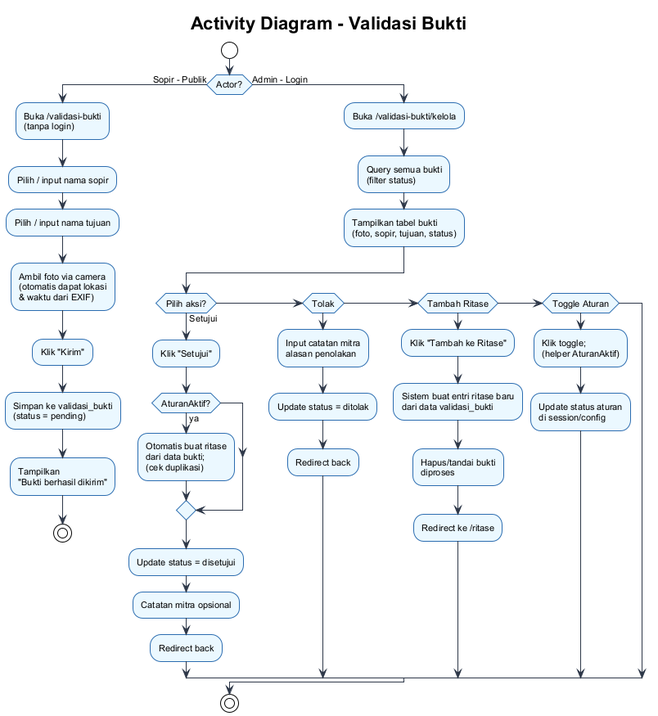
The PlantUML diagram docs/activity-diagram-validasi-bukti.png in riandafatur28/sidigas-gaji-sopir-truck, before a commit. The source it was exported from:
```plantuml
@startuml
!theme plain
skinparam backgroundColor #ffffff
skinparam defaultFontSize 11
skinparam defaultFontName Arial
skinparam activityBorderColor #2b6cb0
skinparam activityBackgroundColor #ebf8ff
skinparam arrowColor #2d3748

title **Activity Diagram - Validasi Bukti**

start
if (Actor?) then (Sopir - Publik)
  :Buka /validasi-bukti\n(tanpa login);
  :Pilih / input nama sopir;
  :Pilih / input nama tujuan;
  :Ambil foto via camera\n(otomatis dapat lokasi\n& waktu dari EXIF);
  :Klik "Kirim";
  :Simpan ke validasi_bukti\n(status = pending);
  :Tampilkan\n"Bukti berhasil dikirim";
  stop

else (Admin - Login)
  :Buka /validasi-bukti/kelola;
  :Query semua bukti\n(filter status);
  :Tampilkan tabel bukti\n(foto, sopir, tujuan, status);

  if (Pilih aksi?) then (Setujui)
    :Klik "Setujui";
    if (AturanAktif?) then (ya)
      :Otomatis buat ritase\ndari data bukti;\n(cek duplikasi);
    endif
    :Update status = disetujui;
    :Catatan mitra opsional;
    :Redirect back;

  elseif (Tolak) then
    :Input catatan mitra\nalasan penolakan;
    :Update status = ditolak;
    :Redirect back;

  elseif (Tambah Ritase) then
    :Klik "Tambah ke Ritase";
    :Sistem buat entri ritase baru\ndari data validasi_bukti;
    :Hapus/tandai bukti\ndiproses;
    :Redirect ke /ritase;

  elseif (Toggle Aturan) then
    :Klik toggle;\n(helper AturanAktif);
    :Update status aturan\ndi session/config;
  endif

endif
stop

@enduml
```
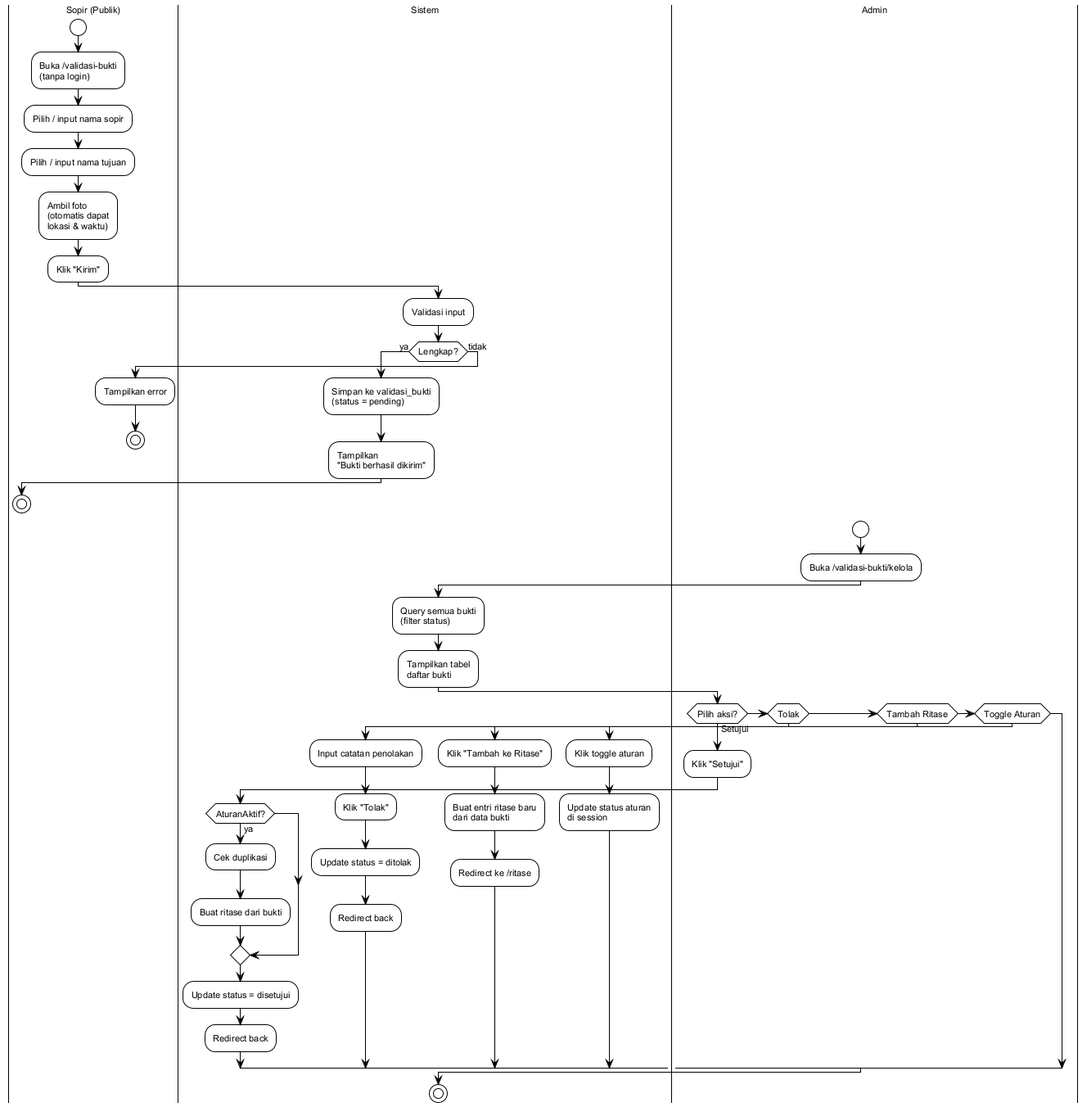
The same diagram one commit later.

Change to the diagram source:
```diff
@@ -3,53 +3,63 @@
 skinparam backgroundColor #ffffff
 skinparam defaultFontSize 11
 skinparam defaultFontName Arial
-skinparam activityBorderColor #2b6cb0
-skinparam activityBackgroundColor #ebf8ff
-skinparam arrowColor #2d3748
 
-title **Activity Diagram - Validasi Bukti**
+|Sopir (Publik)|
+start
+:Buka /validasi-bukti\n(tanpa login);
+:Pilih / input nama sopir;
+:Pilih / input nama tujuan;
+:Ambil foto\n(otomatis dapat\nlokasi & waktu);
+:Klik "Kirim";
 
-start
-if (Actor?) then (Sopir - Publik)
-  :Buka /validasi-bukti\n(tanpa login);
-  :Pilih / input nama sopir;
-  :Pilih / input nama tujuan;
-  :Ambil foto via camera\n(otomatis dapat lokasi\n& waktu dari EXIF);
-  :Klik "Kirim";
+|Sistem|
+:Validasi input;
+if (Lengkap?) then (ya)
   :Simpan ke validasi_bukti\n(status = pending);
   :Tampilkan\n"Bukti berhasil dikirim";
+  |Sopir (Publik)|
   stop
+else (tidak)
+  :Tampilkan error;
+  stop
+endif
 
-else (Admin - Login)
-  :Buka /validasi-bukti/kelola;
-  :Query semua bukti\n(filter status);
-  :Tampilkan tabel bukti\n(foto, sopir, tujuan, status);
+|Admin|
+start
+:Buka /validasi-bukti/kelola;
 
-  if (Pilih aksi?) then (Setujui)
-    :Klik "Setujui";
-    if (AturanAktif?) then (ya)
-      :Otomatis buat ritase\ndari data bukti;\n(cek duplikasi);
-    endif
-    :Update status = disetujui;
-    :Catatan mitra opsional;
-    :Redirect back;
+|Sistem|
+:Query semua bukti\n(filter status);
+:Tampilkan tabel\ndaftar bukti;
 
-  elseif (Tolak) then
-    :Input catatan mitra\nalasan penolakan;
-    :Update status = ditolak;
-    :Redirect back;
+|Admin|
+if (Pilih aksi?) then (Setujui)
+  :Klik "Setujui";
+  |Sistem|
+  if (AturanAktif?) then (ya)
+    :Cek duplikasi;
+    :Buat ritase dari bukti;
+  endif
+  :Update status = disetujui;
+  :Redirect back;
 
-  elseif (Tambah Ritase) then
-    :Klik "Tambah ke Ritase";
-    :Sistem buat entri ritase baru\ndari data validasi_bukti;
-    :Hapus/tandai bukti\ndiproses;
-    :Redirect ke /ritase;
+elseif (Tolak) then
+  :Input catatan penolakan;
+  :Klik "Tolak";
+  |Sistem|
+  :Update status = ditolak;
+  :Redirect back;
 
-  elseif (Toggle Aturan) then
-    :Klik toggle;\n(helper AturanAktif);
-    :Update status aturan\ndi session/config;
-  endif
+elseif (Tambah Ritase) then
+  :Klik "Tambah ke Ritase";
+  |Sistem|
+  :Buat entri ritase baru\ndari data bukti;
+  :Redirect ke /ritase;
 
+elseif (Toggle Aturan) then
+  :Klik toggle aturan;
+  |Sistem|
+  :Update status aturan\ndi session;
 endif
 stop
 
```
